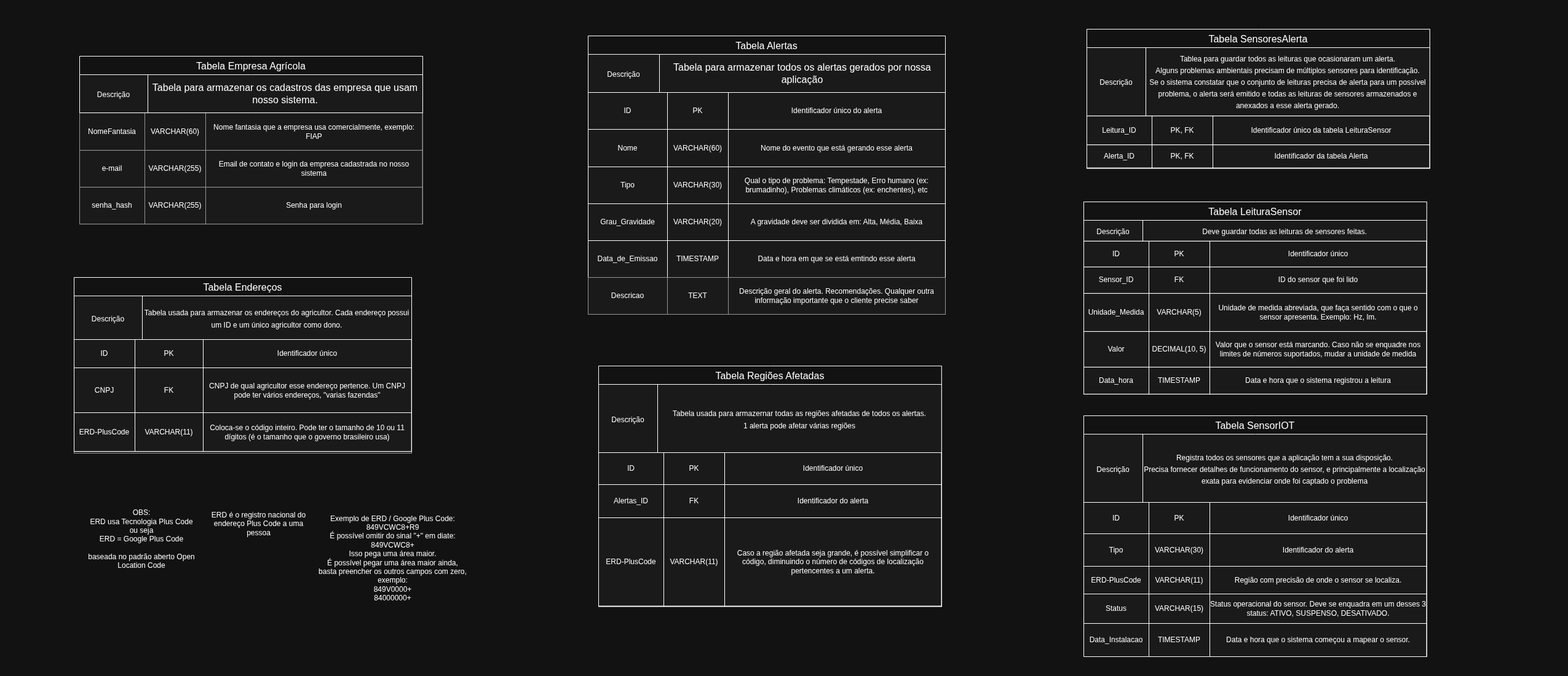
Above: docs/database-design/Dicionário de dados.drawio.png in Code-Masters-F/GeoAlerta (draw.io), before the change. Source tidied: cells renumbered, new cells last; positions are measured from the earlier drawing's top-left corner, leaving out a move shared by most shapes.
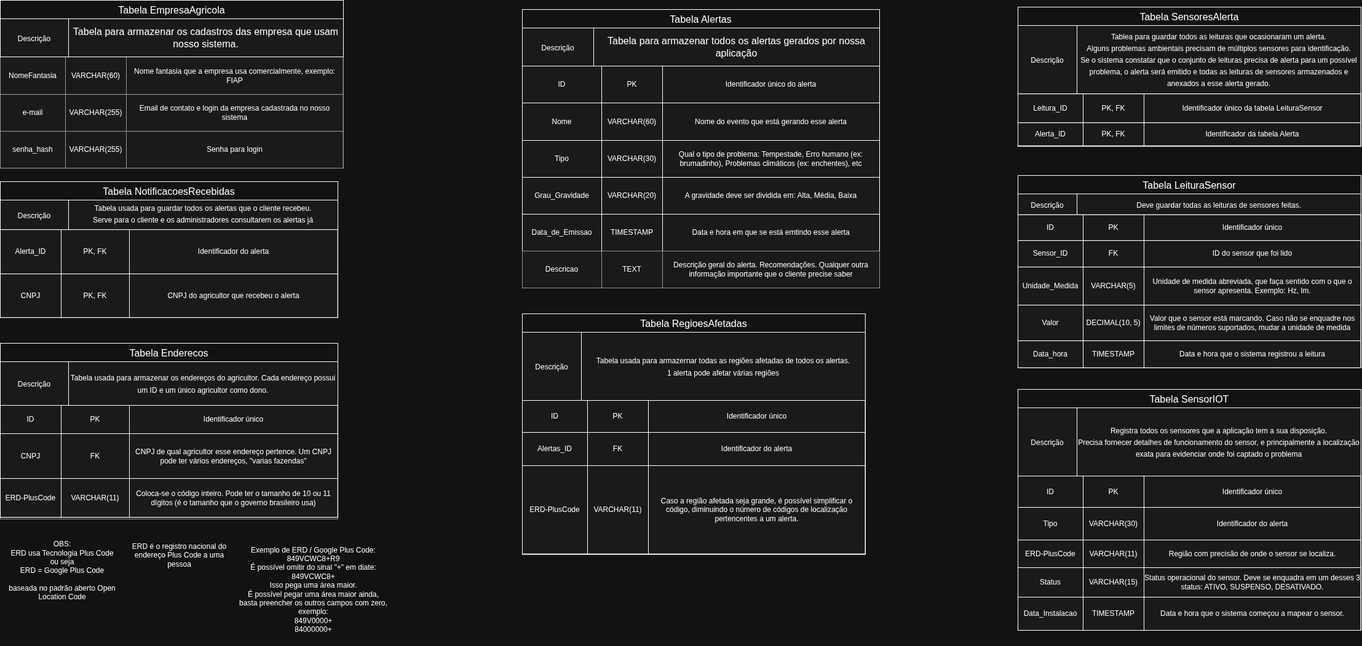
The same file after the commit.

Commit message:
docs: complemento para a documentação do banco

The edit, as a diff of the source:
```diff
@@ -3,13 +3,13 @@
     <mxCell id="0" />
     <mxCell id="1" parent="0" />
     <mxCell id="2" value="&lt;div&gt;OBS:&lt;/div&gt;ERD usa Tecnologia Plus Code&lt;div&gt;ou seja&lt;/div&gt;&lt;div&gt;ERD = Google Plus Code&lt;/div&gt;&lt;div&gt;&lt;br&gt;&lt;/div&gt;&lt;div&gt;baseada no padrão aberto Open Location Code&lt;/div&gt;" style="text;html=1;whiteSpace=wrap;strokeColor=none;fillColor=none;align=center;verticalAlign=middle;rounded=0;" parent="1" vertex="1">
-      <mxGeometry x="13" y="785" width="194" height="90" as="geometry" />
+      <mxGeometry x="-9" y="879" width="194" height="90" as="geometry" />
     </mxCell>
     <mxCell id="3" value="ERD é o registro nacional do endereço Plus Code a uma pessoa" style="text;html=1;whiteSpace=wrap;strokeColor=none;fillColor=none;align=center;verticalAlign=middle;rounded=0;" parent="1" vertex="1">
-      <mxGeometry x="207" y="790" width="187" height="30" as="geometry" />
+      <mxGeometry x="185" y="884" width="187" height="30" as="geometry" />
     </mxCell>
     <mxCell id="4" value="Exemplo de ERD / Google Plus Code:&lt;br&gt;849VCWC8+R9&lt;div&gt;É possível omitir do sinal &quot;+&quot; em diate:&lt;/div&gt;&lt;div&gt;849VCWC8+&lt;/div&gt;&lt;div&gt;Isso pega uma área maior.&lt;br&gt;É possível pegar uma área maior ainda, basta preencher os outros campos com zero, exemplo:&lt;/div&gt;&lt;div&gt;849V0000+&lt;/div&gt;&lt;div&gt;84000000+&lt;/div&gt;" style="text;html=1;whiteSpace=wrap;strokeColor=none;fillColor=none;align=center;verticalAlign=middle;rounded=0;" parent="1" vertex="1">
-      <mxGeometry x="396" y="769" width="245" height="183" as="geometry" />
+      <mxGeometry x="374" y="863" width="245" height="183" as="geometry" />
     </mxCell>
     <mxCell id="5" style="group;fillColor=#f5f5f5;fontColor=#333333;strokeColor=#666666;" parent="1" vertex="1">
       <mxGeometry x="836" y="10.9" width="581" height="393.1" as="geometry" />
@@ -102,7 +102,7 @@
       <mxGeometry x="116" width="465" height="62" as="geometry" />
     </mxCell>
     <mxCell id="35" style="group;fillColor=#f5f5f5;fontColor=#333333;strokeColor=#666666;" parent="1" vertex="1">
-      <mxGeometry x="853" y="548" width="557.9" height="392" as="geometry" />
+      <mxGeometry x="836" y="506" width="557.9" height="392" as="geometry" />
     </mxCell>
     <mxCell id="36" style="shadow=0;fillColor=none;" parent="35" vertex="1">
       <mxGeometry y="141" width="557.5" height="249.6" as="geometry" />
@@ -143,7 +143,7 @@
     <mxCell id="48" value="Caso a região afetada seja grande, é possível simplificar o código, diminuindo o número de códigos de localização pertencentes a um alerta." style="strokeColor=inherit;fillColor=none;align=center;whiteSpace=wrap;html=1;" parent="45" vertex="1">
       <mxGeometry x="205" width="353" height="144" as="geometry" />
     </mxCell>
-    <mxCell id="49" value="Tabela Regiões Afetadas" style="shape=table;startSize=30;strokeColor=default;fontSize=16;" parent="35" vertex="1">
+    <mxCell id="49" value="Tabela RegioesAfetadas" style="shape=table;startSize=30;strokeColor=default;fontSize=16;" parent="35" vertex="1">
       <mxGeometry width="557.8" height="141" as="geometry" />
     </mxCell>
     <mxCell id="50" style="shape=tableRow;horizontal=0;startSize=0;swimlaneHead=0;swimlaneBody=0;strokeColor=inherit;top=0;left=0;bottom=0;right=0;fillColor=none;fontSize=16;" parent="49" vertex="1">
@@ -156,7 +156,7 @@
       <mxGeometry x="96" width="462" height="111" as="geometry" />
     </mxCell>
     <mxCell id="53" style="group;fillColor=#f5f5f5;fontColor=#333333;strokeColor=#666666;" parent="1" vertex="1">
-      <mxGeometry y="404" width="549" height="286" as="geometry" />
+      <mxGeometry x="-13" y="554" width="549" height="286" as="geometry" />
     </mxCell>
     <mxCell id="54" style="shadow=0;fillColor=none;" parent="53" vertex="1">
       <mxGeometry y="101" width="548.7" height="182.2" as="geometry" />
@@ -197,7 +197,7 @@
     <mxCell id="66" value="Coloca-se o código inteiro. Pode ter o tamanho de 10 ou 11 dígitos (é o tamanho que o governo brasileiro usa)" style="strokeColor=inherit;fillColor=none;align=center;whiteSpace=wrap;html=1;" parent="63" vertex="1">
       <mxGeometry x="210" width="339" height="63" as="geometry" />
     </mxCell>
-    <mxCell id="67" value="Tabela Endereços" style="shape=table;startSize=30;strokeColor=default;fontSize=16;" parent="53" vertex="1">
+    <mxCell id="67" value="Tabela Enderecos" style="shape=table;startSize=30;strokeColor=default;fontSize=16;" parent="53" vertex="1">
       <mxGeometry width="549" height="101" as="geometry" />
     </mxCell>
     <mxCell id="68" style="shape=tableRow;horizontal=0;startSize=0;swimlaneHead=0;swimlaneBody=0;strokeColor=inherit;top=0;left=0;bottom=0;right=0;fillColor=none;fontSize=16;" parent="67" vertex="1">
@@ -210,7 +210,7 @@
       <mxGeometry x="111" width="438" height="71" as="geometry" />
     </mxCell>
     <mxCell id="71" style="group;fillColor=#f5f5f5;fontColor=#333333;strokeColor=#666666;" parent="1" vertex="1">
-      <mxGeometry x="9" y="44" width="557.9" height="213.1" as="geometry" />
+      <mxGeometry x="-13" y="-4" width="557.9" height="213.1" as="geometry" />
     </mxCell>
     <mxCell id="72" style="shadow=0;fillColor=#f5f5f5;fontColor=#333333;strokeColor=#666666;" parent="71" vertex="1">
       <mxGeometry y="92.1" width="557.5" height="181" as="geometry" />
@@ -251,7 +251,7 @@
     <mxCell id="84" value="Senha para login" style="strokeColor=inherit;fillColor=none;align=center;whiteSpace=wrap;html=1;" parent="81" vertex="1">
       <mxGeometry x="205" width="353" height="60" as="geometry" />
     </mxCell>
-    <mxCell id="85" value="Tabela Empresa Agrícola" style="shape=table;startSize=30;strokeColor=default;fontSize=16;" parent="71" vertex="1">
+    <mxCell id="85" value="Tabela EmpresaAgricola" style="shape=table;startSize=30;strokeColor=default;fontSize=16;" parent="71" vertex="1">
       <mxGeometry width="557.9" height="92.1" as="geometry" />
     </mxCell>
     <mxCell id="86" style="shape=tableRow;horizontal=0;startSize=0;swimlaneHead=0;swimlaneBody=0;strokeColor=inherit;top=0;left=0;bottom=0;right=0;fillColor=none;fontSize=16;" parent="85" vertex="1">
@@ -420,7 +420,7 @@
       <mxGeometry x="96" width="462" height="34" as="geometry" />
     </mxCell>
     <mxCell id="141" value=" " style="group;fillColor=#f5f5f5;fontColor=#333333;strokeColor=#666666;" parent="1" vertex="1">
-      <mxGeometry x="1647" width="557.9" height="227" as="geometry" />
+      <mxGeometry x="1642" y="7" width="557.9" height="227" as="geometry" />
     </mxCell>
     <mxCell id="142" style="shadow=0;fillColor=none;" parent="141" vertex="1">
       <mxGeometry y="141.1" width="557.5" height="84.6" as="geometry" />
@@ -461,5 +461,47 @@
     <mxCell id="154" value="&lt;span style=&quot;font-size: 12px;&quot;&gt;Tablea para guardar todos as leituras que ocasionaram um alerta.&lt;br&gt;Alguns problemas ambientais precisam de múltiplos sensores para identificação.&lt;/span&gt;&lt;div&gt;&lt;span style=&quot;font-size: 12px;&quot;&gt;Se o sistema constatar que o conjunto de leituras precisa de alerta para um possível problema, o alerta será emitido e todas as leituras de sensores armazenados e anexados a esse alerta gerado.&lt;/span&gt;&lt;/div&gt;" style="shape=partialRectangle;html=1;whiteSpace=wrap;strokeColor=inherit;overflow=hidden;fillColor=none;top=0;left=0;bottom=0;right=0;fontSize=16;" parent="152" vertex="1">
       <mxGeometry x="96" width="462" height="111" as="geometry" />
     </mxCell>
+    <mxCell id="155" style="group;fillColor=#f5f5f5;fontColor=#333333;strokeColor=#666666;" parent="1" vertex="1">
+      <mxGeometry x="-13" y="291" width="549" height="221" as="geometry" />
+    </mxCell>
+    <mxCell id="156" style="shadow=0;fillColor=none;" parent="155" vertex="1">
+      <mxGeometry y="78" width="548.7" height="143.1" as="geometry" />
+    </mxCell>
+    <mxCell id="157" style="shape=tableRow;horizontal=0;startSize=0;swimlaneHead=0;swimlaneBody=0;top=0;left=0;bottom=0;right=0;fontStyle=0;fillColor=none;strokeColor=inherit;" parent="156" vertex="1">
+      <mxGeometry width="548.7" height="72" as="geometry" />
+    </mxCell>
+    <mxCell id="158" value="Alerta_ID" style="strokeColor=inherit;fillColor=none;align=center;whiteSpace=wrap;html=1;" parent="157" vertex="1">
+      <mxGeometry width="99" height="72" as="geometry" />
+    </mxCell>
+    <mxCell id="159" value="PK, FK" style="strokeColor=inherit;fillColor=none;align=center;whiteSpace=wrap;html=1;" parent="157" vertex="1">
+      <mxGeometry x="99" width="111" height="72" as="geometry" />
+    </mxCell>
+    <mxCell id="160" value="Identificador do alerta" style="strokeColor=inherit;fillColor=none;align=center;whiteSpace=wrap;html=1;" parent="157" vertex="1">
+      <mxGeometry x="210" width="339" height="72" as="geometry" />
+    </mxCell>
+    <mxCell id="161" style="shape=tableRow;horizontal=0;startSize=0;swimlaneHead=0;swimlaneBody=0;top=0;left=0;bottom=0;right=0;fontStyle=0;fillColor=none;strokeColor=inherit;" parent="156" vertex="1">
+      <mxGeometry y="72" width="548.7" height="71" as="geometry" />
+    </mxCell>
+    <mxCell id="162" value="CNPJ" style="strokeColor=inherit;fillColor=none;align=center;whiteSpace=wrap;html=1;" parent="161" vertex="1">
+      <mxGeometry width="99" height="71" as="geometry" />
+    </mxCell>
+    <mxCell id="163" value="&lt;div&gt;&lt;span style=&quot;background-color: transparent; color: light-dark(rgb(0, 0, 0), rgb(255, 255, 255));&quot;&gt;PK, FK&lt;/span&gt;&lt;/div&gt;" style="strokeColor=inherit;fillColor=none;align=center;whiteSpace=wrap;html=1;" parent="161" vertex="1">
+      <mxGeometry x="99" width="111" height="71" as="geometry" />
+    </mxCell>
+    <mxCell id="164" value="CNPJ do agricultor que recebeu o alerta" style="strokeColor=inherit;fillColor=none;align=center;whiteSpace=wrap;html=1;" parent="161" vertex="1">
+      <mxGeometry x="210" width="339" height="71" as="geometry" />
+    </mxCell>
+    <mxCell id="165" value="Tabela NotificacoesRecebidas" style="shape=table;startSize=30;strokeColor=default;fontSize=16;" parent="155" vertex="1">
+      <mxGeometry width="549" height="78" as="geometry" />
+    </mxCell>
+    <mxCell id="166" style="shape=tableRow;horizontal=0;startSize=0;swimlaneHead=0;swimlaneBody=0;strokeColor=inherit;top=0;left=0;bottom=0;right=0;fillColor=none;fontSize=16;" parent="165" vertex="1">
+      <mxGeometry y="30" width="549" height="48" as="geometry" />
+    </mxCell>
+    <mxCell id="167" value="&lt;span style=&quot;font-size: 12px;&quot;&gt;Descrição&lt;/span&gt;" style="shape=partialRectangle;html=1;whiteSpace=wrap;strokeColor=inherit;overflow=hidden;fillColor=none;top=0;left=0;bottom=0;right=0;fontSize=16;" parent="166" vertex="1">
+      <mxGeometry width="111" height="48" as="geometry" />
+    </mxCell>
+    <mxCell id="168" value="&lt;span style=&quot;font-size: 12px;&quot;&gt;Tabela usada para guardar todos os alertas que o cliente recebeu.&lt;br&gt;Serve para o cliente e os administradores consultarem os alertas já recebidos/enviados.&lt;/span&gt;" style="shape=partialRectangle;html=1;whiteSpace=wrap;strokeColor=inherit;overflow=hidden;fillColor=none;top=0;left=0;bottom=0;right=0;fontSize=16;" parent="166" vertex="1">
+      <mxGeometry x="111" width="438" height="48" as="geometry" />
+    </mxCell>
   </root>
 </mxGraphModel>
```
